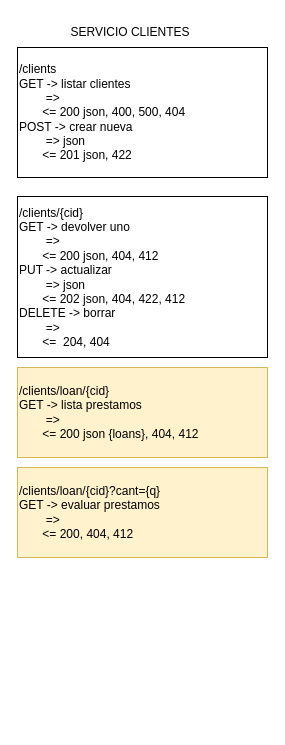
Earlier version of the draw.io diagram ApiCliente.drawio (rrdamirr/Reto6Equipo4). Source tidied: cells renumbered, new cells numbered last; positions are measured from the earlier drawing's top-left corner, leaving out a move shared by most shapes. Both pictures are drawn from the tidied source at 100%, with x=0, y=0 at pixel (17, 17).
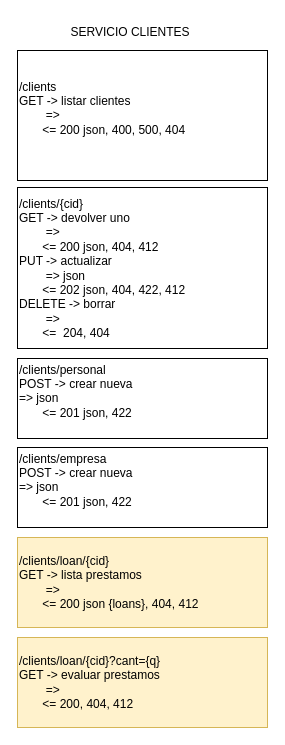
After the change.

Diff of the diagram source:
```diff
@@
 <mxGraphModel>
   <root>
     <mxCell id="0" />
     <mxCell id="1" parent="0" />
-    <mxCell id="2" value="/clients&lt;br&gt;GET -&amp;gt; listar clientes&lt;br&gt;&amp;nbsp; &amp;nbsp; &amp;nbsp; &amp;nbsp; =&amp;gt;&amp;nbsp;&lt;br&gt;&amp;nbsp; &amp;nbsp; &amp;nbsp; &amp;nbsp;&amp;lt;= 200 json, 400, 500, 404&amp;nbsp;&lt;br&gt;POST -&amp;gt; crear nueva&amp;nbsp;&lt;br&gt;&lt;span style=&quot;white-space: pre;&quot;&gt;&#9;&lt;/span&gt;=&amp;gt; json&lt;br&gt;&amp;nbsp; &amp;nbsp; &amp;nbsp; &amp;nbsp;&amp;lt;= 201 json, 422" style="rounded=0;whiteSpace=wrap;html=1;align=left;" parent="1" vertex="1">
-      <mxGeometry y="30" width="250" height="130" as="geometry" />
+    <mxCell id="2" value="/clients&lt;br&gt;GET -&amp;gt; listar clientes&lt;br&gt;&amp;nbsp; &amp;nbsp; &amp;nbsp; &amp;nbsp; =&amp;gt;&amp;nbsp;&lt;br&gt;&amp;nbsp; &amp;nbsp; &amp;nbsp; &amp;nbsp;&amp;lt;= 200 json, 400, 500, 404&amp;nbsp;&lt;div&gt;&lt;br/&gt;&lt;/div&gt;" style="rounded=0;whiteSpace=wrap;html=1;align=left;" parent="1" vertex="1">
+      <mxGeometry y="33" width="250" height="130" as="geometry" />
     </mxCell>
     <mxCell id="3" value="SERVICIO CLIENTES" style="text;html=1;align=center;verticalAlign=middle;whiteSpace=wrap;rounded=0;" parent="1" vertex="1">
       <mxGeometry x="30" width="166" height="30" as="geometry" />
     </mxCell>
     <mxCell id="4" value="/clients/{cid}&lt;br&gt;GET -&amp;gt; devolver uno&lt;br&gt;&amp;nbsp; &amp;nbsp; &amp;nbsp; &amp;nbsp; =&amp;gt;&amp;nbsp;&lt;br&gt;&amp;nbsp; &amp;nbsp; &amp;nbsp; &amp;nbsp;&amp;lt;= 200 json, 404, 412&amp;nbsp;&lt;br&gt;PUT -&amp;gt; actualizar&lt;br&gt;&lt;span style=&quot;white-space: pre;&quot;&gt;&#9;&lt;/span&gt;=&amp;gt; json&lt;br&gt;&amp;nbsp; &amp;nbsp; &amp;nbsp; &amp;nbsp;&amp;lt;= 202 json, 404, 422, 412&lt;br&gt;DELETE -&amp;gt; borrar&lt;br&gt;&amp;nbsp; &amp;nbsp; &amp;nbsp; &amp;nbsp; =&amp;gt;&amp;nbsp;&lt;br&gt;&amp;nbsp; &amp;nbsp; &amp;nbsp; &amp;nbsp;&amp;lt;=&amp;nbsp; 204, 404" style="rounded=0;whiteSpace=wrap;html=1;align=left;" parent="1" vertex="1">
-      <mxGeometry y="179" width="250" height="161" as="geometry" />
+      <mxGeometry y="170" width="250" height="161" as="geometry" />
     </mxCell>
     <mxCell id="5" value="/clients/loan/{cid}&lt;br&gt;GET -&amp;gt; lista prestamos&lt;br&gt;&amp;nbsp; &amp;nbsp; &amp;nbsp; &amp;nbsp; =&amp;gt;&amp;nbsp;&lt;br&gt;&amp;nbsp; &amp;nbsp; &amp;nbsp; &amp;nbsp;&amp;lt;= 200 json {loans}, 404, 412&amp;nbsp;" style="rounded=0;whiteSpace=wrap;html=1;align=left;fillColor=#fff2cc;strokeColor=#d6b656;" parent="1" vertex="1">
-      <mxGeometry y="350" width="250" height="90" as="geometry" />
+      <mxGeometry y="520" width="250" height="90" as="geometry" />
     </mxCell>
     <mxCell id="6" value="/clients/loan/{cid}?cant={q}&lt;br&gt;GET -&amp;gt; evaluar prestamos&lt;br&gt;&amp;nbsp; &amp;nbsp; &amp;nbsp; &amp;nbsp; =&amp;gt;&amp;nbsp;&lt;br&gt;&amp;nbsp; &amp;nbsp; &amp;nbsp; &amp;nbsp;&amp;lt;= 200, 404, 412&amp;nbsp;" style="rounded=0;whiteSpace=wrap;html=1;align=left;fillColor=#fff2cc;strokeColor=#d6b656;" parent="1" vertex="1">
-      <mxGeometry y="450" width="250" height="90" as="geometry" />
+      <mxGeometry y="620" width="250" height="90" as="geometry" />
     </mxCell>
+    <mxCell id="7" value="/clients/personal&lt;br&gt;POST -&amp;gt; crear nueva&amp;nbsp;&lt;br style=&quot;border-color: var(--border-color);&quot;&gt;&#9;=&amp;gt; json&lt;br style=&quot;border-color: var(--border-color);&quot;&gt;&amp;nbsp; &amp;nbsp; &amp;nbsp; &amp;nbsp;&amp;lt;= 201 json, 422&lt;div&gt;&lt;br/&gt;&lt;/div&gt;" style="rounded=0;whiteSpace=wrap;html=1;align=left;" parent="1" vertex="1">
+      <mxGeometry y="341" width="250" height="80" as="geometry" />
+    </mxCell>
+    <mxCell id="8" value="/clients/empresa&lt;br&gt;POST -&amp;gt; crear nueva&amp;nbsp;&lt;br style=&quot;border-color: var(--border-color);&quot;&gt;&#9;=&amp;gt; json&lt;br style=&quot;border-color: var(--border-color);&quot;&gt;&amp;nbsp; &amp;nbsp; &amp;nbsp; &amp;nbsp;&amp;lt;= 201 json, 422&lt;div&gt;&lt;br&gt;&lt;/div&gt;" style="rounded=0;whiteSpace=wrap;html=1;align=left;" parent="1" vertex="1">
+      <mxGeometry y="430" width="250" height="80" as="geometry" />
+    </mxCell>
   </root>
 </mxGraphModel>
```
